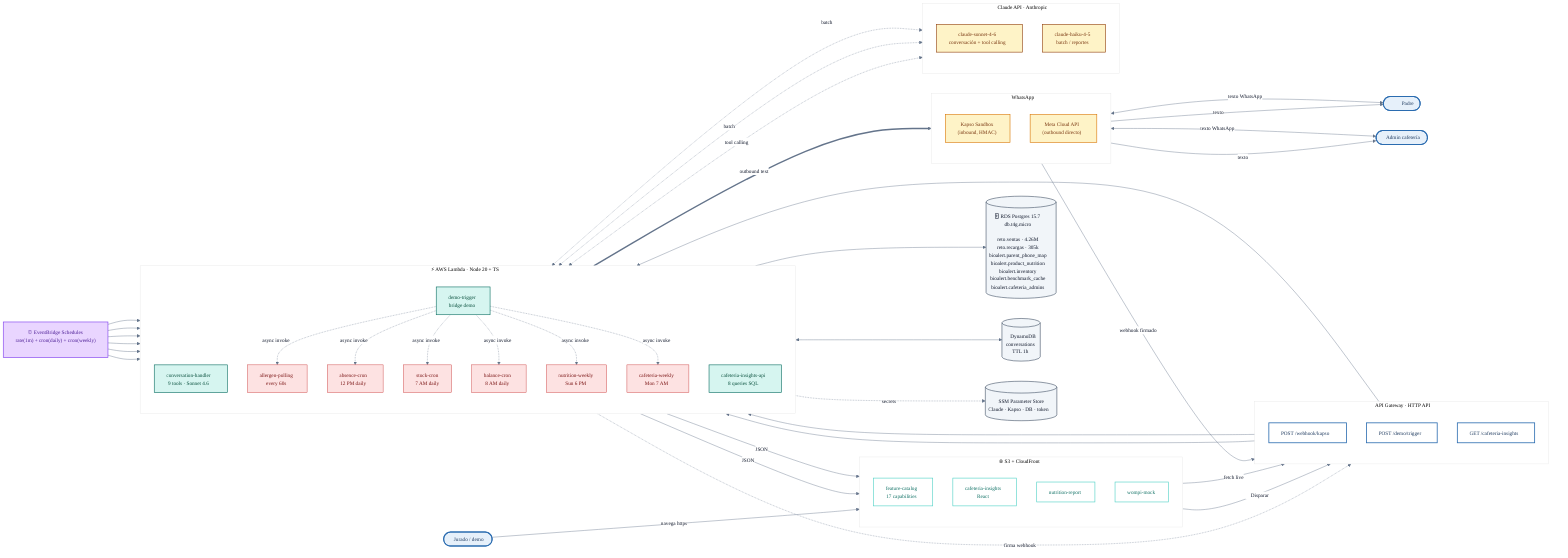
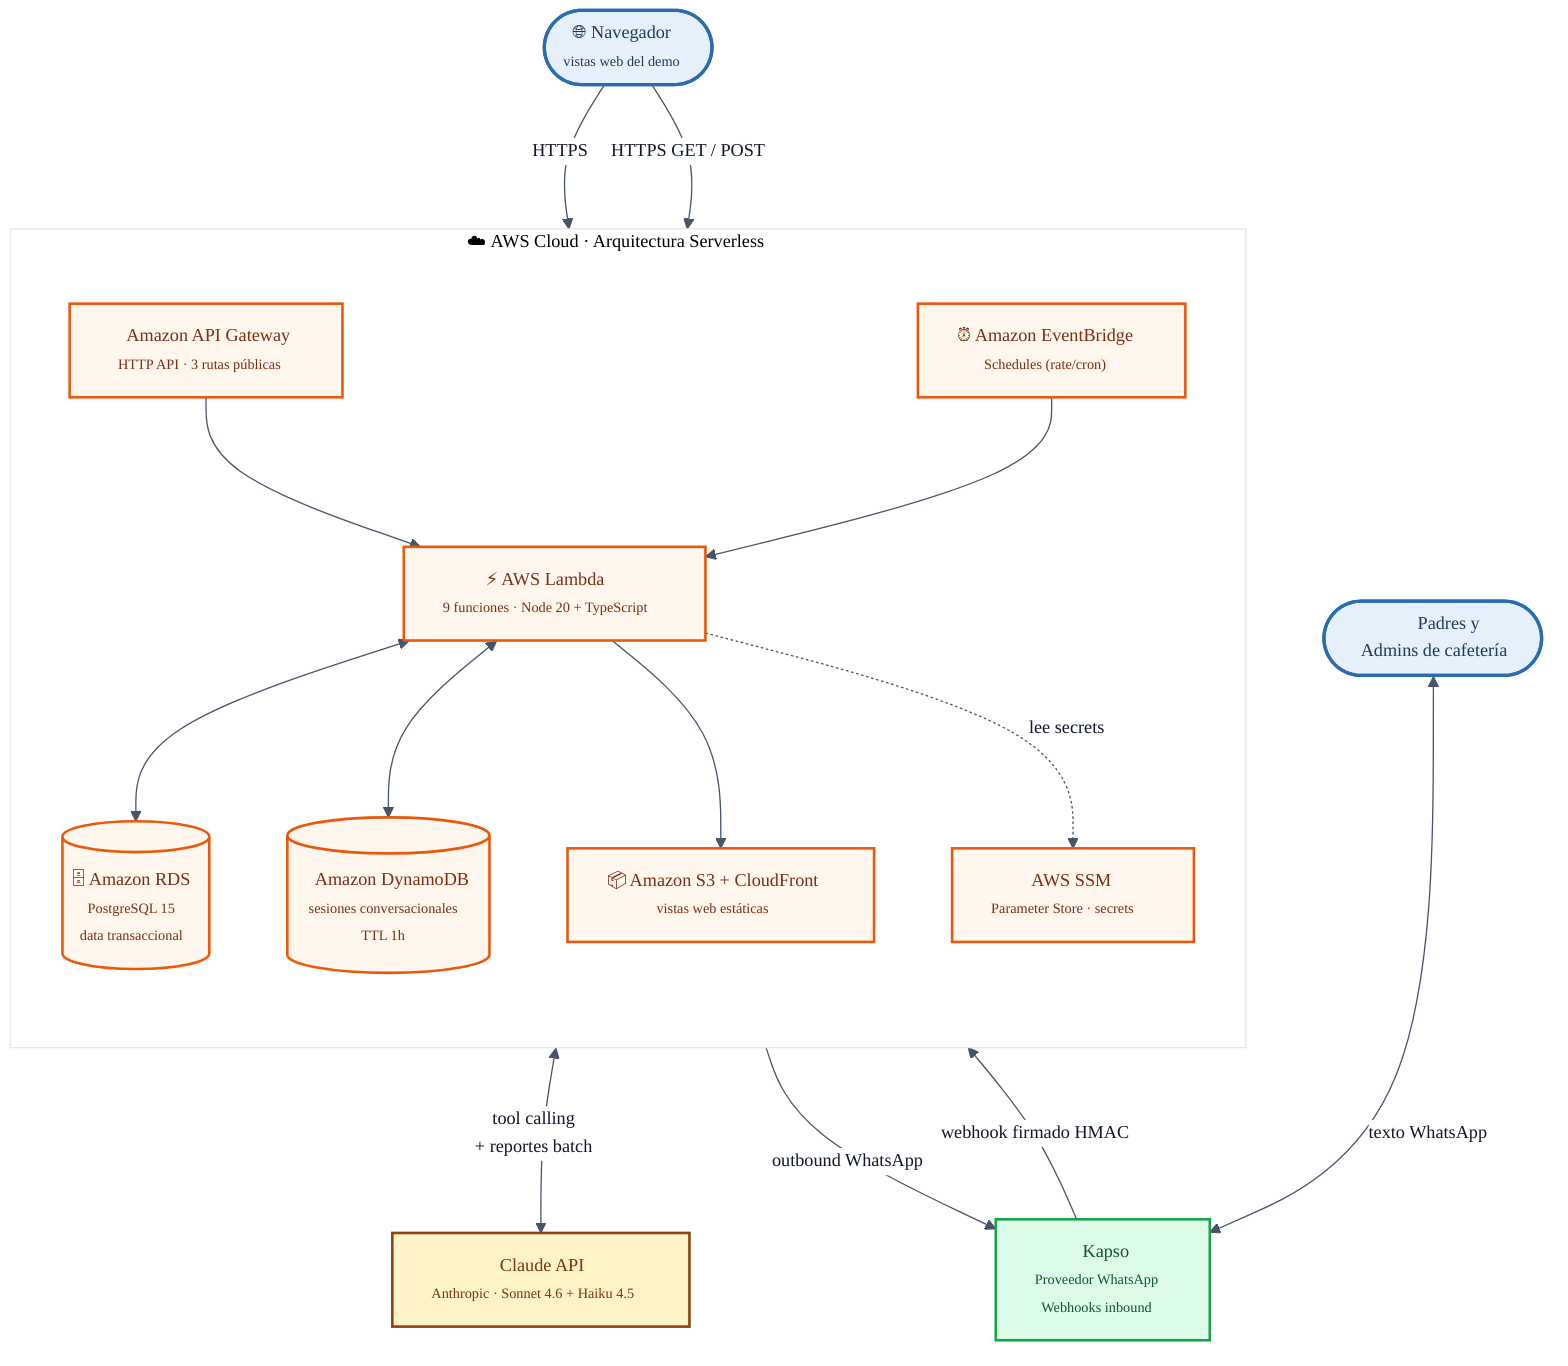
%%{ init: {
  'theme': 'base',
  'themeVariables': {
    'primaryColor': '#ffffff',
    'primaryTextColor': '#0f172a',
    'primaryBorderColor': '#2b6cb0',
-     'lineColor': '#64748b',
+     'lineColor': '#475569',
    'fontFamily': 'Inter, sans-serif',
-     'fontSize': '13px'
+     'fontSize': '14px'
  },
-   'flowchart': { 'curve': 'basis', 'htmlLabels': true, 'nodeSpacing': 50, 'rankSpacing': 80 }
+   'flowchart': { 'curve': 'basis', 'htmlLabels': true, 'nodeSpacing': 60, 'rankSpacing': 90 }
}}%%
- flowchart LR
+ flowchart TB

-   %% ─── Usuarios (izquierda) ───
-   Padre(["👨‍👩‍👧 Padre"])
-   Admin(["🏫 Admin cafetería"])
-   Demo(["🎤 Jurado / demo"])
+   %% ─── Usuarios ───
+   User(["👨‍👩‍👧 Padres y<br/>🏫 Admins de cafetería"]):::user

-   %% ─── Canal externo WhatsApp ───
-   subgraph CHANNEL["📱 WhatsApp"]
+   %% ─── Canal WhatsApp ───
+   Kapso["📱 Kapso<br/><span style='font-size:11px'>Proveedor WhatsApp<br/>Webhooks inbound</span>"]:::external
+ 
+   %% ─── Navegador para vistas web ───
+   Browser(["🌐 Navegador<br/><span style='font-size:11px'>vistas web del demo</span>"]):::user
+ 
+   %% ─── Servicios IA ───
+   Claude["🤖 Claude API<br/><span style='font-size:11px'>Anthropic · Sonnet 4.6 + Haiku 4.5</span>"]:::ai
+ 
+   %% ─── AWS Cloud Serverless ───
+   subgraph AWS["☁️ AWS Cloud · Arquitectura Serverless"]
    direction TB
-     Kapso["Kapso Sandbox<br/>(inbound, HMAC)"]
-     Meta["Meta Cloud API<br/>(outbound directo)"]
-   end

-   %% ─── Vistas Web ───
-   subgraph WEB["🌐 S3 + CloudFront"]
-     direction TB
-     FCatalog["feature-catalog<br/>17 capabilities"]
-     Insights["cafeteria-insights<br/>React"]
-     Nutri["nutrition-report"]
-     Wompi["wompi-mock"]
-   end
+     APIGW["🛂 Amazon API Gateway<br/><span style='font-size:11px'>HTTP API · 3 rutas públicas</span>"]:::aws

-   %% ─── API Gateway ───
-   subgraph APIGW["🛂 API Gateway · HTTP API"]
-     direction TB
-     R1["POST /webhook/kapso"]
-     R2["POST /demo/trigger"]
-     R3["GET /cafeteria-insights"]
-   end
+     Lambda["⚡ AWS Lambda<br/><span style='font-size:11px'>9 funciones · Node 20 + TypeScript</span>"]:::aws

-   %% ─── Lambdas (centro) ───
-   subgraph LAMBDAS["⚡ AWS Lambda · Node 20 + TS"]
-     direction TB
-     LConv["conversation-handler<br/>9 tools · Sonnet 4.6"]:::sync
-     LApi["cafeteria-insights-api<br/>8 queries SQL"]:::sync
-     LDemo["demo-trigger<br/>bridge demo"]:::sync
-     LAlerg["allergen-polling<br/>every 60s"]:::cron
-     LAbs["absence-cron<br/>12 PM daily"]:::cron
-     LStock["stock-cron<br/>7 AM daily"]:::cron
-     LBal["balance-cron<br/>8 AM daily"]:::cron
-     LNutri["nutrition-weekly<br/>Sun 6 PM"]:::cron
-     LCaf["cafeteria-weekly<br/>Mon 7 AM"]:::cron
-   end
+     EB["⏰ Amazon EventBridge<br/><span style='font-size:11px'>Schedules (rate/cron)</span>"]:::aws

-   %% ─── EventBridge (top) ───
-   EB["⏰ EventBridge Schedules<br/>rate(1m) + cron(daily) + cron(weekly)"]
+     RDS[("🗄️ Amazon RDS<br/><span style='font-size:11px'>PostgreSQL 15<br/>data transaccional</span>")]:::aws

-   %% ─── Storage (derecha) ───
-   RDS[("🗄️ RDS Postgres 15.7<br/>db.t4g.micro<br/><br/>reto.ventas · 4.26M<br/>reto.recargas · 305k<br/>bioalert.parent_phone_map<br/>bioalert.product_nutrition<br/>bioalert.inventory<br/>bioalert.benchmark_cache<br/>bioalert.cafeteria_admins")]
-   Dynamo[("💾 DynamoDB<br/>conversations<br/>TTL 1h")]
-   SSM[("🔐 SSM Parameter Store<br/>Claude · Kapso · DB · token")]
+     Dynamo[("💾 Amazon DynamoDB<br/><span style='font-size:11px'>sesiones conversacionales<br/>TTL 1h</span>")]:::aws

-   %% ─── Claude API ───
-   subgraph AI["🤖 Claude API · Anthropic"]
-     direction TB
-     Sonnet["claude-sonnet-4-6<br/>conversación + tool calling"]
-     Haiku["claude-haiku-4-5<br/>batch / reportes"]
+     S3["📦 Amazon S3 + CloudFront<br/><span style='font-size:11px'>vistas web estáticas</span>"]:::aws
+ 
+     SSM["🔐 AWS SSM<br/><span style='font-size:11px'>Parameter Store · secrets</span>"]:::aws
  end

  %% ─── Flujos principales ───
-   Padre <-->|texto WhatsApp| Kapso
-   Admin <-->|texto WhatsApp| Kapso
-   Demo -->|navega https| WEB
+   User <-->|texto WhatsApp| Kapso
+   Kapso -->|webhook firmado HMAC| APIGW
+   Browser -->|HTTPS| S3
+   Browser -->|HTTPS GET / POST| APIGW

-   Kapso -->|webhook firmado| R1
-   FCatalog -->|🤖 Disparar| R2
-   Insights -->|fetch live| R3
+   APIGW --> Lambda
+   EB --> Lambda

-   R1 --> LConv
-   R2 --> LDemo
-   R3 --> LApi
+   Lambda <--> RDS
+   Lambda <--> Dynamo
+   Lambda --> S3
+   Lambda -.lee secrets.-> SSM

-   EB --> LAlerg
-   EB --> LAbs
-   EB --> LStock
-   EB --> LBal
-   EB --> LNutri
-   EB --> LCaf
- 
-   LDemo -.firma webhook.-> R1
-   LDemo -.async invoke.-> LAlerg
-   LDemo -.async invoke.-> LAbs
-   LDemo -.async invoke.-> LStock
-   LDemo -.async invoke.-> LBal
-   LDemo -.async invoke.-> LNutri
-   LDemo -.async invoke.-> LCaf
- 
-   %% ─── A datos (agregado por subgraph) ───
-   LAMBDAS --> RDS
-   LConv <--> Dynamo
-   LAMBDAS -.secrets.-> SSM
- 
-   %% ─── A LLM ───
-   LConv <-.tool calling.-> Sonnet
-   LNutri <-.batch.-> Haiku
-   LCaf <-.batch.-> Haiku
- 
-   %% ─── Outbound WhatsApp ───
-   LAMBDAS ==>|outbound text| Meta
-   Meta -->|texto| Padre
-   Meta -->|texto| Admin
- 
-   %% ─── Reportes pre-generados ───
-   LNutri -->|JSON| Nutri
-   LCaf -->|JSON| Insights
+   Lambda <-->|tool calling<br/>+ reportes batch| Claude
+   Lambda -->|outbound WhatsApp| Kapso

  %% ─── Estilos ───
  classDef user fill:#e6f0fa,stroke:#2b6cb0,stroke-width:2.5px,color:#1e3a5f;
-   classDef external fill:#fef3c7,stroke:#d97706,stroke-width:1.5px,color:#78350f;
-   classDef sync fill:#d6f5f0,stroke:#0d6f63,stroke-width:1.5px,color:#064e3b;
-   classDef cron fill:#fde2e2,stroke:#c53030,stroke-width:1px,color:#7a1313;
-   classDef store fill:#f1f5f9,stroke:#475569,stroke-width:1.5px,color:#0f172a;
-   classDef api fill:#ffffff,stroke:#2b6cb0,stroke-width:2px,color:#1e3a5f;
-   classDef web fill:#ffffff,stroke:#4fd1c5,stroke-width:1.5px,color:#0d6f63;
-   classDef ai fill:#fef3c7,stroke:#92400e,stroke-width:1.5px,color:#78350f;
-   classDef sched fill:#e9d5ff,stroke:#7c3aed,stroke-width:1.5px,color:#4c1d95;
- 
-   class Padre,Admin,Demo user;
-   class Kapso,Meta external;
-   class RDS,Dynamo,SSM store;
-   class R1,R2,R3 api;
-   class FCatalog,Insights,Nutri,Wompi web;
-   class Sonnet,Haiku ai;
-   class EB sched;
+   classDef external fill:#dcfce7,stroke:#16a34a,stroke-width:2px,color:#14532d;
+   classDef aws fill:#fff7ed,stroke:#ea580c,stroke-width:2px,color:#7c2d12;
+   classDef ai fill:#fef3c7,stroke:#92400e,stroke-width:2px,color:#78350f;
